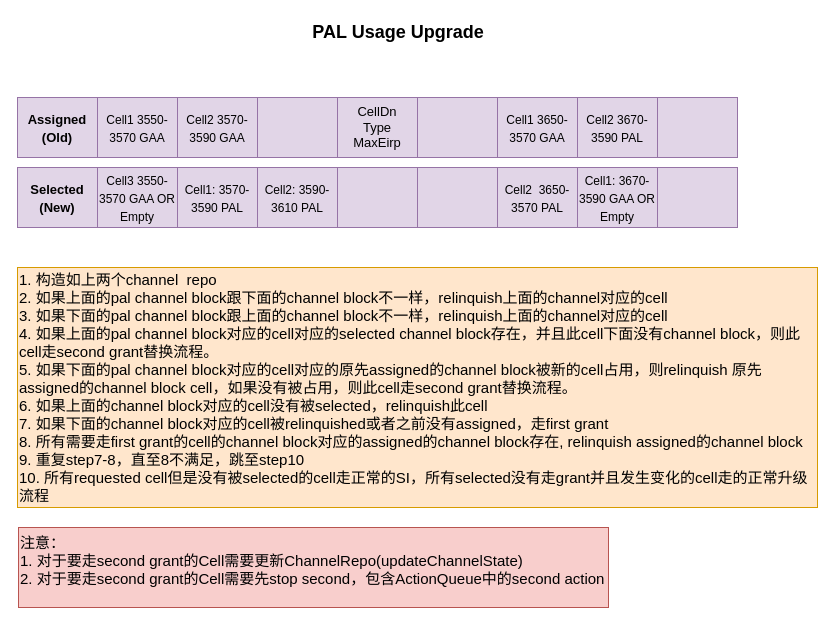
Above: Pal_Change_Algorithm.drawio in xdlhzdh/drawio (draw.io), before the change. Source tidied: cells renumbered, new cells numbered last; positions are measured from the earlier drawing's top-left corner, leaving out a move shared by most shapes. Both pictures are drawn from the tidied source at 100%, with x=0, y=0 at pixel (17, 17).
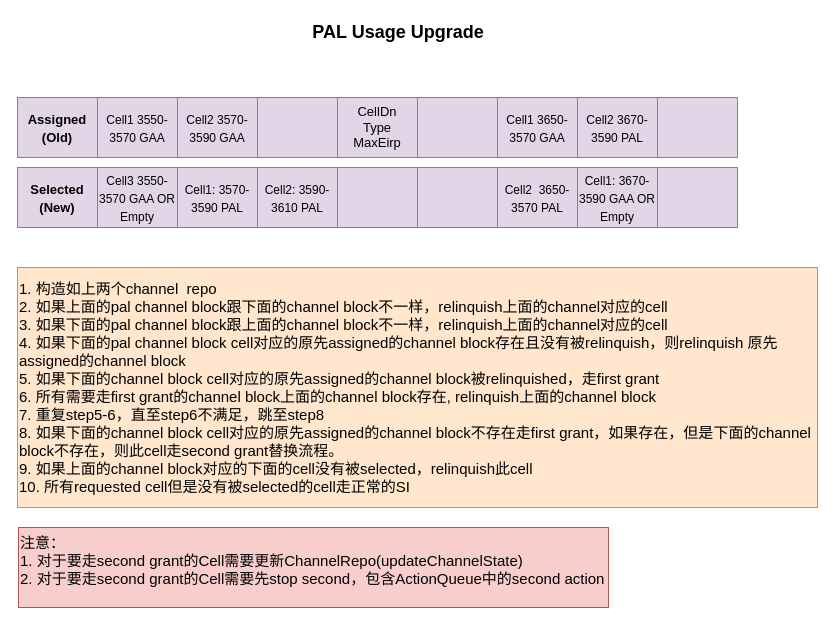
The same page after the edit.

Diff of the diagram source:
```diff
@@
-    <mxCell id="2" value="1. 构造如上两个channel&amp;nbsp; repo&lt;br&gt;2. 如果上面的pal channel block跟下面的channel block不一样，relinquish上面的channel对应的cell&lt;br&gt;3. 如果下面的pal channel block跟上面的channel block不一样，relinquish上面的channel对应的cell&lt;br&gt;4. 如果上面的pal channel block对应的cell对应的selected channel block存在，并且此cell下面没有channel block，则此cell走second grant替换流程。&lt;br&gt;5. 如果下面的pal channel block对应的cell对应的原先assigned的channel block被新的cell占用，则relinquish 原先assigned的channel&amp;nbsp;block cell，如果没有被占用，则此cell走second grant替换流程。&lt;br&gt;6. 如果上面的channel block对应的cell没有被selected，relinquish此cell&lt;br&gt;7. 如果下面的channel block对应的cell被relinquished或者之前没有assigned，走first grant&amp;nbsp;&lt;br&gt;8. 所有需要走first grant的cell的channel block对应的assigned的channel block存在, relinquish assigned的channel block&lt;br&gt;9. 重复step7-8，直至8不满足，跳至step10&lt;br&gt;10. 所有requested cell但是没有被selected的cell走正常的SI，所有selected没有走grant并且发生变化的cell走的正常升级流程" style="rounded=0;whiteSpace=wrap;html=1;align=left;fontSize=15;fillColor=#ffe6cc;strokeColor=#d79b00;" parent="1" vertex="1">
+    <mxCell id="2" value="1. 构造如上两个channel&amp;nbsp; repo&lt;br&gt;2. 如果上面的pal channel block跟下面的channel block不一样，relinquish上面的channel对应的cell&lt;br&gt;3. 如果下面的pal channel block跟上面的channel block不一样，relinquish上面的channel对应的cell&lt;br&gt;4. 如果下面的pal channel block cell对应的原先assigned的channel block存在且没有被relinquish，则relinquish 原先assigned的channel&amp;nbsp;block&lt;br&gt;5. 如果下面的channel block cell对应的原先assigned的channel block被relinquished，走first grant&amp;nbsp;&lt;br&gt;6. 所有需要走first grant的channel block上面的channel block存在, relinquish上面的channel block&lt;br&gt;7. 重复step5-6，直至step6不满足，跳至step8&lt;br&gt;8. 如果下面的channel block cell对应的原先assigned的channel block不存在走first grant，如果存在，但是下面的channel block不存在，则此cell走second grant替换流程。&lt;br&gt;9. 如果上面的channel block对应的下面的cell没有被selected，relinquish此cell&lt;br&gt;10. 所有requested cell但是没有被selected的cell走正常的SI" style="rounded=0;whiteSpace=wrap;html=1;align=left;fontSize=15;fillColor=#ffe6cc;strokeColor=#d79b00;" parent="1" vertex="1">
       <mxGeometry y="250" width="800" height="240" as="geometry" />
     </mxCell>
```
